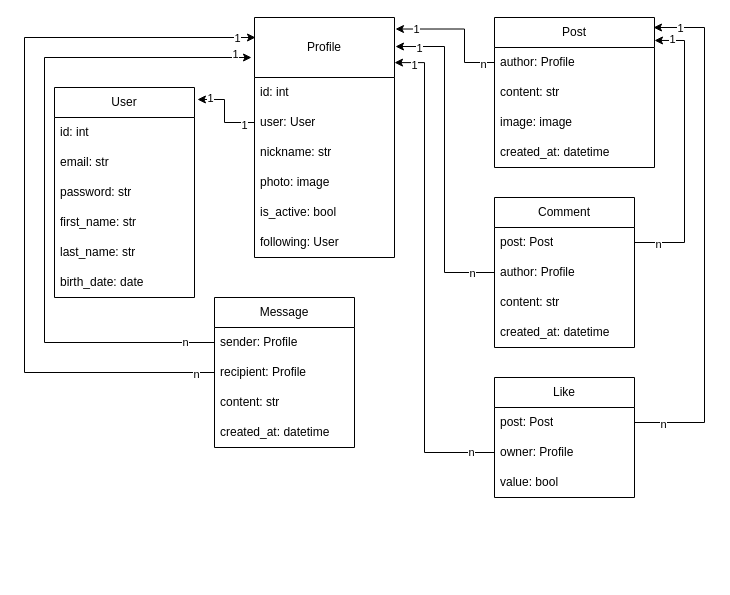
Before: diagram_social_media_api.drawio in TetyanaPavlyuk/social-media-api, a draw.io diagram. Source tidied: cells renumbered, new cells numbered last; positions are measured from the earlier drawing's top-left corner, leaving out a move shared by most shapes. Both pictures are drawn from the tidied source at 100%, with x=0, y=0 at pixel (24, 17).
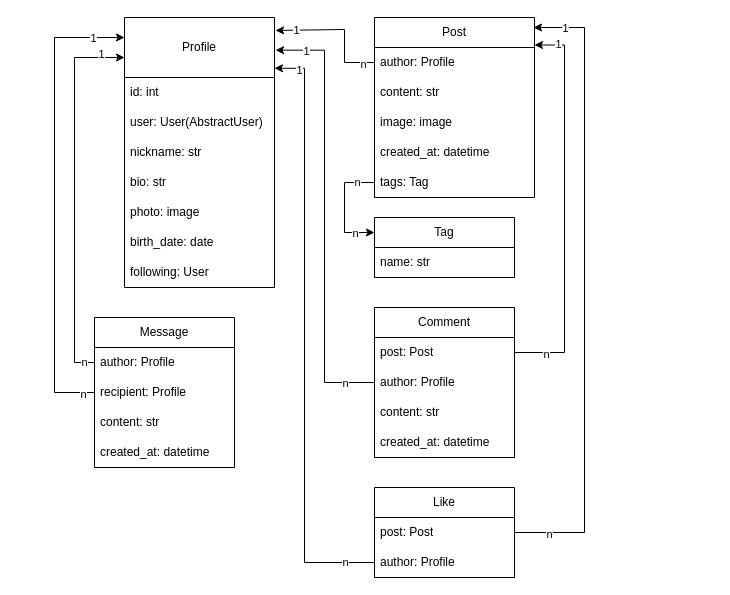
After the change.

Commit message (it also covers changes not shown here):
Implement filtration for posts by tags

Unchanged cells that the change refers to:
```xml
<mxCell id="10" value="author: Profile" style="text;strokeColor=none;fillColor=none;align=left;verticalAlign=middle;spacingLeft=4;spacingRight=4;overflow=hidden;points=[[0,0.5],[1,0.5]];portConstraint=eastwest;whiteSpace=wrap;html=1;" parent="9" vertex="1">
  <mxGeometry y="30" width="160" height="30" as="geometry" />
</mxCell>
<mxCell id="15" value="post: Post" style="text;strokeColor=none;fillColor=none;align=left;verticalAlign=middle;spacingLeft=4;spacingRight=4;overflow=hidden;points=[[0,0.5],[1,0.5]];portConstraint=eastwest;whiteSpace=wrap;html=1;" parent="14" vertex="1">
  <mxGeometry y="30" width="140" height="30" as="geometry" />
</mxCell>
<mxCell id="32" value="post: Post" style="text;strokeColor=none;fillColor=none;align=left;verticalAlign=middle;spacingLeft=4;spacingRight=4;overflow=hidden;points=[[0,0.5],[1,0.5]];portConstraint=eastwest;whiteSpace=wrap;html=1;" parent="31" vertex="1">
  <mxGeometry y="30" width="140" height="30" as="geometry" />
</mxCell>
<mxCell id="33" value="author: Profile" style="text;strokeColor=none;fillColor=none;align=left;verticalAlign=middle;spacingLeft=4;spacingRight=4;overflow=hidden;points=[[0,0.5],[1,0.5]];portConstraint=eastwest;whiteSpace=wrap;html=1;" parent="31" vertex="1">
  <mxGeometry y="60" width="140" height="30" as="geometry" />
</mxCell>
<mxCell id="50" value="recipient: Profile" style="text;strokeColor=none;fillColor=none;align=left;verticalAlign=middle;spacingLeft=4;spacingRight=4;overflow=hidden;points=[[0,0.5],[1,0.5]];portConstraint=eastwest;whiteSpace=wrap;html=1;" parent="48" vertex="1">
  <mxGeometry y="60" width="140" height="30" as="geometry" />
</mxCell>
```

The edit, as a diff of the source:
```diff
@@
-    <mxCell id="2" value="User" style="swimlane;fontStyle=0;horizontal=1;startSize=30;whiteSpace=wrap;html=1;" parent="1" vertex="1">
-      <mxGeometry x="30" y="70" width="140" height="210" as="geometry" />
-    </mxCell>
-    <mxCell id="3" value="id: int" style="text;strokeColor=none;fillColor=none;align=left;verticalAlign=middle;spacingLeft=4;spacingRight=4;overflow=hidden;whiteSpace=wrap;html=1;" parent="2" vertex="1">
-      <mxGeometry y="30" width="140" height="30" as="geometry" />
-    </mxCell>
-    <mxCell id="4" value="email: str" style="text;strokeColor=none;fillColor=none;align=left;verticalAlign=middle;spacingLeft=4;spacingRight=4;overflow=hidden;whiteSpace=wrap;html=1;" parent="2" vertex="1">
-      <mxGeometry y="60" width="140" height="30" as="geometry" />
-    </mxCell>
-    <mxCell id="5" value="password: str" style="text;strokeColor=none;fillColor=none;align=left;verticalAlign=middle;spacingLeft=4;spacingRight=4;overflow=hidden;whiteSpace=wrap;html=1;" parent="2" vertex="1">
-      <mxGeometry y="90" width="140" height="30" as="geometry" />
-    </mxCell>
-    <mxCell id="6" value="first_name: str" style="text;strokeColor=none;fillColor=none;align=left;verticalAlign=middle;spacingLeft=4;spacingRight=4;overflow=hidden;whiteSpace=wrap;html=1;" parent="2" vertex="1">
-      <mxGeometry y="120" width="140" height="30" as="geometry" />
-    </mxCell>
-    <mxCell id="7" value="last_name: str" style="text;strokeColor=none;fillColor=none;align=left;verticalAlign=middle;spacingLeft=4;spacingRight=4;overflow=hidden;whiteSpace=wrap;html=1;" parent="2" vertex="1">
-      <mxGeometry y="150" width="140" height="30" as="geometry" />
-    </mxCell>
-    <mxCell id="8" value="birth_date: date" style="text;strokeColor=none;fillColor=none;align=left;verticalAlign=middle;spacingLeft=4;spacingRight=4;overflow=hidden;whiteSpace=wrap;html=1;" parent="2" vertex="1">
-      <mxGeometry y="180" width="140" height="30" as="geometry" />
-    </mxCell>
     <mxCell id="9" value="Post" style="swimlane;fontStyle=0;horizontal=1;startSize=30;whiteSpace=wrap;html=1;" parent="1" vertex="1">
-      <mxGeometry x="470" width="160" height="150" as="geometry" />
+      <mxGeometry x="350" width="160" height="180" as="geometry" />
     </mxCell>
@@
+    <mxCell id="59" value="tags: Tag" style="text;strokeColor=none;fillColor=none;align=left;verticalAlign=middle;spacingLeft=4;spacingRight=4;overflow=hidden;points=[[0,0.5],[1,0.5]];portConstraint=eastwest;whiteSpace=wrap;html=1;" parent="9" vertex="1">
+      <mxGeometry y="150" width="160" height="30" as="geometry" />
+    </mxCell>
     <mxCell id="14" value="Like" style="swimlane;fontStyle=0;horizontal=1;startSize=30;whiteSpace=wrap;html=1;" parent="1" vertex="1">
-      <mxGeometry x="470" y="360" width="140" height="120" as="geometry" />
+      <mxGeometry x="350" y="470" width="140" height="90" as="geometry" />
     </mxCell>
@@
-    <mxCell id="16" value="owner: Profile" style="text;strokeColor=none;fillColor=none;align=left;verticalAlign=middle;spacingLeft=4;spacingRight=4;overflow=hidden;points=[[0,0.5],[1,0.5]];portConstraint=eastwest;whiteSpace=wrap;html=1;" parent="14" vertex="1">
+    <mxCell id="16" value="author: Profile" style="text;strokeColor=none;fillColor=none;align=left;verticalAlign=middle;spacingLeft=4;spacingRight=4;overflow=hidden;points=[[0,0.5],[1,0.5]];portConstraint=eastwest;whiteSpace=wrap;html=1;" parent="14" vertex="1">
       <mxGeometry y="60" width="140" height="30" as="geometry" />
     </mxCell>
-    <mxCell id="17" value="value: bool" style="text;strokeColor=none;fillColor=none;align=left;verticalAlign=middle;spacingLeft=4;spacingRight=4;overflow=hidden;whiteSpace=wrap;html=1;" parent="14" vertex="1">
-      <mxGeometry y="90" width="140" height="30" as="geometry" />
-    </mxCell>
     <mxCell id="18" value="Profile" style="swimlane;fontStyle=0;horizontal=1;startSize=60;whiteSpace=wrap;html=1;" parent="1" vertex="1">
-      <mxGeometry x="230" width="140" height="240" as="geometry" />
+      <mxGeometry x="100" width="150" height="270" as="geometry" />
     </mxCell>
     <mxCell id="19" value="id: int" style="text;strokeColor=none;fillColor=none;align=left;verticalAlign=middle;spacingLeft=4;spacingRight=4;overflow=hidden;whiteSpace=wrap;html=1;" parent="18" vertex="1">
-      <mxGeometry y="60" width="140" height="30" as="geometry" />
+      <mxGeometry y="60" width="150" height="30" as="geometry" />
     </mxCell>
-    <mxCell id="20" value="user: User" style="text;strokeColor=none;fillColor=none;align=left;verticalAlign=middle;spacingLeft=4;spacingRight=4;overflow=hidden;points=[[0,0.5],[1,0.5]];portConstraint=eastwest;whiteSpace=wrap;html=1;" parent="18" vertex="1">
-      <mxGeometry y="90" width="140" height="30" as="geometry" />
+    <mxCell id="20" value="user: User(AbstractUser)" style="text;strokeColor=none;fillColor=none;align=left;verticalAlign=middle;spacingLeft=4;spacingRight=4;overflow=hidden;points=[[0,0.5],[1,0.5]];portConstraint=eastwest;whiteSpace=wrap;html=1;" parent="18" vertex="1">
+      <mxGeometry y="90" width="150" height="30" as="geometry" />
     </mxCell>
     <mxCell id="21" value="nickname: str" style="text;strokeColor=none;fillColor=none;align=left;verticalAlign=middle;spacingLeft=4;spacingRight=4;overflow=hidden;whiteSpace=wrap;html=1;" parent="18" vertex="1">
-      <mxGeometry y="120" width="140" height="30" as="geometry" />
+      <mxGeometry y="120" width="150" height="30" as="geometry" />
     </mxCell>
+    <mxCell id="60" value="bio: str" style="text;strokeColor=none;fillColor=none;align=left;verticalAlign=middle;spacingLeft=4;spacingRight=4;overflow=hidden;whiteSpace=wrap;html=1;" parent="18" vertex="1">
+      <mxGeometry y="150" width="150" height="30" as="geometry" />
+    </mxCell>
     <mxCell id="22" value="photo: image" style="text;strokeColor=none;fillColor=none;align=left;verticalAlign=middle;spacingLeft=4;spacingRight=4;overflow=hidden;whiteSpace=wrap;html=1;" parent="18" vertex="1">
-      <mxGeometry y="150" width="140" height="30" as="geometry" />
+      <mxGeometry y="180" width="150" height="30" as="geometry" />
     </mxCell>
-    <mxCell id="23" value="is_active: bool" style="text;strokeColor=none;fillColor=none;align=left;verticalAlign=middle;spacingLeft=4;spacingRight=4;overflow=hidden;whiteSpace=wrap;html=1;" parent="18" vertex="1">
-      <mxGeometry y="180" width="140" height="30" as="geometry" />
+    <mxCell id="23" value="birth_date: date" style="text;strokeColor=none;fillColor=none;align=left;verticalAlign=middle;spacingLeft=4;spacingRight=4;overflow=hidden;whiteSpace=wrap;html=1;" parent="18" vertex="1">
+      <mxGeometry y="210" width="150" height="30" as="geometry" />
     </mxCell>
     <mxCell id="24" value="following: User" style="text;strokeColor=none;fillColor=none;align=left;verticalAlign=middle;spacingLeft=4;spacingRight=4;overflow=hidden;whiteSpace=wrap;html=1;" parent="18" vertex="1">
-      <mxGeometry y="210" width="140" height="30" as="geometry" />
+      <mxGeometry y="240" width="150" height="30" as="geometry" />
     </mxCell>
-    <mxCell id="25" style="edgeStyle=orthogonalEdgeStyle;rounded=0;jettySize=auto;html=1;exitX=0;exitY=0.5;exitDx=0;exitDy=0;entryX=1.021;entryY=0.057;entryDx=0;entryDy=0;entryPerimeter=0;" parent="1" edge="1" source="20" target="2">
-      <mxGeometry relative="1" as="geometry" />
-    </mxCell>
-    <mxCell id="26" value="1" style="edgeLabel;html=1;align=center;verticalAlign=middle;" parent="25" vertex="1">
-      <mxGeometry x="0.71" y="-1" relative="1" as="geometry" />
-    </mxCell>
-    <mxCell id="27" value="1" style="edgeLabel;html=1;align=center;verticalAlign=middle;" parent="25" vertex="1">
-      <mxGeometry x="-0.72" y="2" relative="1" as="geometry" />
-    </mxCell>
     <mxCell id="28" style="edgeStyle=orthogonalEdgeStyle;rounded=0;jettySize=auto;html=1;exitX=0;exitY=0.5;exitDx=0;exitDy=0;entryX=1.007;entryY=0.048;entryDx=0;entryDy=0;entryPerimeter=0;" parent="1" edge="1" source="10" target="18">
       <mxGeometry relative="1" as="geometry">
         <Array as="points">
-          <mxPoint x="440" y="45" />
-          <mxPoint x="440" y="12" />
+          <mxPoint x="320" y="45" />
+          <mxPoint x="320" y="12" />
         </Array>
       </mxGeometry>
     </mxCell>
@@
     <mxCell id="31" value="Comment" style="swimlane;fontStyle=0;horizontal=1;startSize=30;whiteSpace=wrap;html=1;" parent="1" vertex="1">
-      <mxGeometry x="470" y="180" width="140" height="150" as="geometry" />
+      <mxGeometry x="350" y="290" width="140" height="150" as="geometry" />
     </mxCell>
@@
     <mxCell id="36" style="edgeStyle=orthogonalEdgeStyle;rounded=0;jettySize=auto;html=1;exitX=1;exitY=0.5;exitDx=0;exitDy=0;" parent="1" edge="1" source="15">
       <mxGeometry relative="1" as="geometry">
-        <mxPoint x="629" y="10" as="targetPoint" />
+        <mxPoint x="509" y="10" as="targetPoint" />
         <Array as="points">
-          <mxPoint x="680" y="405" />
-          <mxPoint x="680" y="10" />
-          <mxPoint x="629" y="10" />
+          <mxPoint x="560" y="515" />
+          <mxPoint x="560" y="10" />
         </Array>
       </mxGeometry>
     </mxCell>
@@
     <mxCell id="39" style="edgeStyle=orthogonalEdgeStyle;rounded=0;jettySize=auto;html=1;exitX=1;exitY=0.5;exitDx=0;exitDy=0;entryX=1;entryY=0.153;entryDx=0;entryDy=0;entryPerimeter=0;" parent="1" edge="1" source="32" target="9">
       <mxGeometry relative="1" as="geometry">
         <Array as="points">
-          <mxPoint x="660" y="225" />
-          <mxPoint x="660" y="23" />
+          <mxPoint x="540" y="335" />
+          <mxPoint x="540" y="28" />
         </Array>
       </mxGeometry>
     </mxCell>
@@
     <mxCell id="42" style="edgeStyle=orthogonalEdgeStyle;rounded=0;jettySize=auto;html=1;exitX=0;exitY=0.5;exitDx=0;exitDy=0;entryX=1.007;entryY=0.121;entryDx=0;entryDy=0;entryPerimeter=0;" parent="1" edge="1" source="33" target="18">
       <mxGeometry relative="1" as="geometry">
         <Array as="points">
-          <mxPoint x="420" y="255" />
-          <mxPoint x="420" y="29" />
+          <mxPoint x="300" y="365" />
+          <mxPoint x="300" y="33" />
         </Array>
       </mxGeometry>
     </mxCell>
@@
-    <mxCell id="45" style="edgeStyle=orthogonalEdgeStyle;rounded=0;jettySize=auto;html=1;exitX=0;exitY=0.5;exitDx=0;exitDy=0;entryX=1;entryY=0.188;entryDx=0;entryDy=0;entryPerimeter=0;" parent="1" edge="1" source="16" target="18">
+    <mxCell id="45" style="edgeStyle=orthogonalEdgeStyle;rounded=0;jettySize=auto;html=1;entryX=1;entryY=0.188;entryDx=0;entryDy=0;entryPerimeter=0;exitX=0;exitY=0.5;exitDx=0;exitDy=0;" parent="1" edge="1" source="16" target="18">
       <mxGeometry relative="1" as="geometry">
         <Array as="points">
-          <mxPoint x="400" y="435" />
-          <mxPoint x="400" y="45" />
+          <mxPoint x="280" y="545" />
+          <mxPoint x="280" y="51" />
         </Array>
       </mxGeometry>
     </mxCell>
@@
     <mxCell id="48" value="Message" style="swimlane;fontStyle=0;horizontal=1;startSize=30;whiteSpace=wrap;html=1;" parent="1" vertex="1">
-      <mxGeometry x="190" y="280" width="140" height="150" as="geometry" />
+      <mxGeometry x="70" y="300" width="140" height="150" as="geometry" />
     </mxCell>
-    <mxCell id="49" value="sender: Profile" style="text;strokeColor=none;fillColor=none;align=left;verticalAlign=middle;spacingLeft=4;spacingRight=4;overflow=hidden;points=[[0,0.5],[1,0.5]];portConstraint=eastwest;whiteSpace=wrap;html=1;" parent="48" vertex="1">
+    <mxCell id="49" value="author: Profile" style="text;strokeColor=none;fillColor=none;align=left;verticalAlign=middle;spacingLeft=4;spacingRight=4;overflow=hidden;points=[[0,0.5],[1,0.5]];portConstraint=eastwest;whiteSpace=wrap;html=1;" parent="48" vertex="1">
       <mxGeometry y="30" width="140" height="30" as="geometry" />
     </mxCell>
@@
     <mxCell id="53" style="edgeStyle=orthogonalEdgeStyle;rounded=0;jettySize=auto;html=1;exitX=0;exitY=0.5;exitDx=0;exitDy=0;" parent="1" edge="1" source="49">
       <mxGeometry relative="1" as="geometry">
-        <mxPoint x="227" y="40" as="targetPoint" />
+        <mxPoint x="100" y="40" as="targetPoint" />
         <Array as="points">
-          <mxPoint x="20" y="325" />
-          <mxPoint x="20" y="40" />
+          <mxPoint x="50" y="345" />
+          <mxPoint x="50" y="40" />
         </Array>
       </mxGeometry>
     </mxCell>
     <mxCell id="54" value="1" style="edgeLabel;html=1;align=center;verticalAlign=middle;" parent="53" vertex="1">
-      <mxGeometry x="0.95" y="4" relative="1" as="geometry" />
+      <mxGeometry x="0.95" y="4" relative="1" as="geometry">
+        <mxPoint x="-15" as="offset" />
+      </mxGeometry>
     </mxCell>
     <mxCell id="55" value="n" style="edgeLabel;html=1;align=center;verticalAlign=middle;" parent="53" vertex="1">
-      <mxGeometry x="-0.91" y="-1" relative="1" as="geometry" />
+      <mxGeometry x="-0.91" y="-1" relative="1" as="geometry">
+        <mxPoint x="6" as="offset" />
+      </mxGeometry>
     </mxCell>
     <mxCell id="56" style="edgeStyle=orthogonalEdgeStyle;rounded=0;jettySize=auto;html=1;exitX=0;exitY=0.5;exitDx=0;exitDy=0;" parent="1" edge="1" source="50">
       <mxGeometry relative="1" as="geometry">
-        <mxPoint x="231" y="20" as="targetPoint" />
+        <mxPoint x="100" y="20" as="targetPoint" />
         <Array as="points">
-          <mxPoint y="355" />
-          <mxPoint y="20" />
-          <mxPoint x="231" y="20" />
+          <mxPoint x="30" y="375" />
+          <mxPoint x="30" y="20" />
         </Array>
       </mxGeometry>
     </mxCell>
     <mxCell id="57" value="1" style="edgeLabel;html=1;align=center;verticalAlign=middle;" parent="56" vertex="1">
-      <mxGeometry x="0.95" relative="1" as="geometry" />
+      <mxGeometry x="0.95" relative="1" as="geometry">
+        <mxPoint x="-20" as="offset" />
+      </mxGeometry>
     </mxCell>
@@
+    <mxCell id="61" value="Tag" style="swimlane;fontStyle=0;horizontal=1;startSize=30;whiteSpace=wrap;html=1;" parent="1" vertex="1">
+      <mxGeometry x="350" y="200" width="140" height="60" as="geometry" />
+    </mxCell>
+    <mxCell id="62" value="name: str" style="text;strokeColor=none;fillColor=none;align=left;verticalAlign=middle;spacingLeft=4;spacingRight=4;overflow=hidden;whiteSpace=wrap;html=1;" parent="61" vertex="1">
+      <mxGeometry y="30" width="140" height="30" as="geometry" />
+    </mxCell>
+    <mxCell id="63" style="edgeStyle=orthogonalEdgeStyle;rounded=0;jettySize=auto;html=1;exitX=0;exitY=0.5;exitDx=0;exitDy=0;entryX=0;entryY=0.25;entryDx=0;entryDy=0;" parent="1" edge="1" source="59" target="61">
+      <mxGeometry relative="1" as="geometry">
+        <Array as="points">
+          <mxPoint x="320" y="165" />
+          <mxPoint x="320" y="215" />
+        </Array>
+      </mxGeometry>
+    </mxCell>
+    <mxCell id="64" value="n" style="edgeLabel;html=1;align=center;verticalAlign=middle;" parent="63" vertex="1">
+      <mxGeometry x="-0.67" y="-1" relative="1" as="geometry" />
+    </mxCell>
+    <mxCell id="65" value="n" style="edgeLabel;html=1;align=center;verticalAlign=middle;" parent="63" vertex="1">
+      <mxGeometry x="0.64" relative="1" as="geometry" />
+    </mxCell>
```
